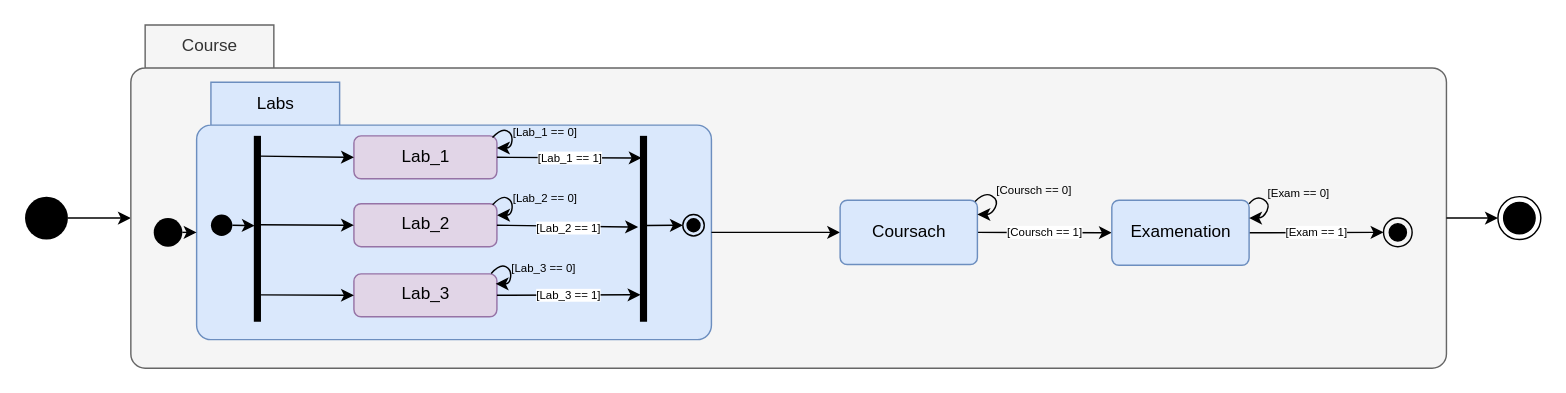
Earlier version of the draw.io diagram UML/18062022/Statechart.drawio (Tr-T59/Study). Source tidied: cells renumbered, new cells numbered last; positions are measured from the earlier drawing's top-left corner, leaving out a move shared by most shapes. Both pictures are drawn from the tidied source at 143%, with x=0, y=0 at pixel (24, 24).
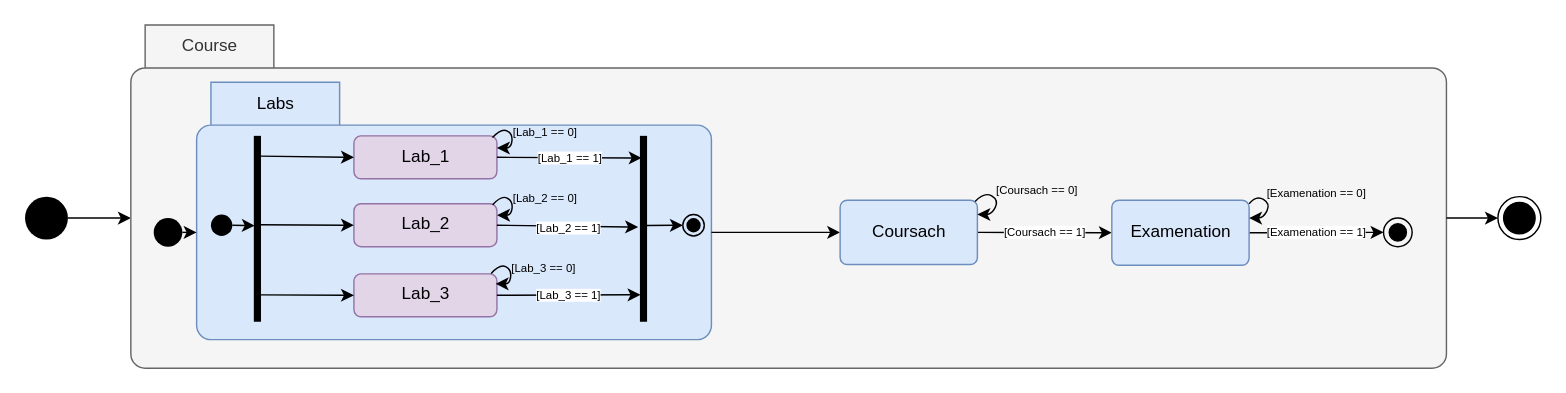
Above is the later version.

Commit message:
Sttchrt Rdy

The change refers to these unchanged cells:
```xml
<mxCell id="10" value="Coursach" style="html=1;align=center;verticalAlign=middle;rounded=1;absoluteArcSize=1;arcSize=10;dashed=0;fillColor=#dae8fc;strokeColor=#6c8ebf;" parent="1" vertex="1">
  <mxGeometry x="570" y="122.5" width="96" height="45" as="geometry" />
</mxCell>
<mxCell id="12" value="Examenation" style="html=1;align=center;verticalAlign=middle;rounded=1;absoluteArcSize=1;arcSize=10;dashed=0;fillColor=#dae8fc;strokeColor=#6c8ebf;" parent="1" vertex="1">
  <mxGeometry x="760" y="122.5" width="96" height="45.5" as="geometry" />
</mxCell>
<mxCell id="15" style="ellipse;html=1;shape=endState;fillColor=#000000;strokeColor=#000000;" parent="1" vertex="1">
  <mxGeometry x="950" y="135" width="20" height="20" as="geometry" />
</mxCell>
```

The edit, as a diff of the source:
```diff
@@
-    <mxCell id="9" value="[Coursch == 1]" style="edgeStyle=none;html=1;exitX=1;exitY=0.5;exitDx=0;exitDy=0;entryX=0;entryY=0.5;entryDx=0;entryDy=0;fontSize=8;" parent="1" edge="1" source="10" target="12">
+    <mxCell id="9" value="[Coursach == 1]" style="edgeStyle=none;html=1;exitX=1;exitY=0.5;exitDx=0;exitDy=0;entryX=0;entryY=0.5;entryDx=0;entryDy=0;fontSize=8;" parent="1" edge="1" source="10" target="12">
       <mxGeometry relative="1" as="geometry" />
     </mxCell>
@@
-    <mxCell id="11" value="[Exam == 1]" style="edgeStyle=none;html=1;exitX=1;exitY=0.5;exitDx=0;exitDy=0;entryX=0;entryY=0.5;entryDx=0;entryDy=0;fontSize=8;" parent="1" edge="1" source="12" target="15">
+    <mxCell id="11" value="[Examenation == 1]" style="edgeStyle=none;html=1;exitX=1;exitY=0.5;exitDx=0;exitDy=0;entryX=0;entryY=0.5;entryDx=0;entryDy=0;fontSize=8;" parent="1" edge="1" source="12" target="15">
       <mxGeometry relative="1" as="geometry" />
     </mxCell>
@@
-    <mxCell id="39" value="[Coursch == 0]" style="text;html=1;strokeColor=none;fillColor=none;align=center;verticalAlign=middle;whiteSpace=wrap;rounded=0;fontSize=8;" parent="1" vertex="1">
-      <mxGeometry x="676" y="111" width="60" height="10" as="geometry" />
+    <mxCell id="39" value="[Coursach == 0]" style="text;html=1;strokeColor=none;fillColor=none;align=center;verticalAlign=middle;whiteSpace=wrap;rounded=0;fontSize=8;" parent="1" vertex="1">
+      <mxGeometry x="678" y="111" width="60" height="10" as="geometry" />
     </mxCell>
-    <mxCell id="40" value="[Exam == 0]" style="text;html=1;strokeColor=none;fillColor=none;align=center;verticalAlign=middle;whiteSpace=wrap;rounded=0;fontSize=8;" parent="1" vertex="1">
-      <mxGeometry x="861" y="112.5" width="60" height="10" as="geometry" />
+    <mxCell id="40" value="[Examenation == 0]" style="text;html=1;strokeColor=none;fillColor=none;align=center;verticalAlign=middle;whiteSpace=wrap;rounded=0;fontSize=8;" parent="1" vertex="1">
+      <mxGeometry x="864" y="113" width="79" height="10" as="geometry" />
     </mxCell>
```
